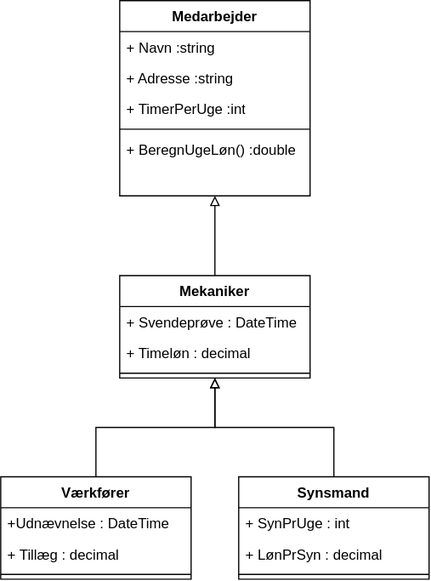
Earlier version of the draw.io export Øvelse1/Dokumentation/Øvelse1_KlasseDiagram.svg (stoffer123/AvProg2026). Source tidied: cells renumbered, new cells last; positions are measured from the earlier drawing's top-left corner, leaving out a move shared by most shapes. The source it was exported from:
```xml
<mxGraphModel>
  <root>
    <mxCell id="0" />
    <mxCell id="1" parent="0" />
    <mxCell id="2" value="Medarbejder" style="swimlane;fontStyle=1;align=center;verticalAlign=top;horizontal=1;startSize=26;whiteSpace=wrap;html=1;" parent="1" vertex="1">
      <mxGeometry x="100" width="160" height="164" as="geometry" />
    </mxCell>
    <mxCell id="3" value="+ Navn :string" style="text;strokeColor=none;fillColor=none;align=left;verticalAlign=top;spacingLeft=4;spacingRight=4;overflow=hidden;whiteSpace=wrap;html=1;" parent="2" vertex="1">
      <mxGeometry y="26" width="160" height="26" as="geometry" />
    </mxCell>
    <mxCell id="4" value="+ Adresse :string" style="text;strokeColor=none;fillColor=none;align=left;verticalAlign=top;spacingLeft=4;spacingRight=4;overflow=hidden;whiteSpace=wrap;html=1;" parent="2" vertex="1">
      <mxGeometry y="52" width="160" height="26" as="geometry" />
    </mxCell>
    <mxCell id="5" value="+ TimerPerUge :int" style="text;strokeColor=none;fillColor=none;align=left;verticalAlign=top;spacingLeft=4;spacingRight=4;overflow=hidden;whiteSpace=wrap;html=1;" parent="2" vertex="1">
      <mxGeometry y="78" width="160" height="26" as="geometry" />
    </mxCell>
    <mxCell id="6" style="line;strokeWidth=1;fillColor=none;align=left;verticalAlign=middle;spacingTop=-1;spacingLeft=3;spacingRight=3;labelPosition=right;strokeColor=inherit;" parent="2" vertex="1">
      <mxGeometry y="104" width="160" height="8" as="geometry" />
    </mxCell>
    <mxCell id="7" value="+ BeregnUgeLøn() :double" style="text;strokeColor=none;fillColor=none;align=left;verticalAlign=top;spacingLeft=4;spacingRight=4;overflow=hidden;whiteSpace=wrap;html=1;" parent="2" vertex="1">
      <mxGeometry y="112" width="160" height="26" as="geometry" />
    </mxCell>
    <mxCell id="8" style="text;strokeColor=none;fillColor=none;align=left;verticalAlign=top;spacingLeft=4;spacingRight=4;overflow=hidden;whiteSpace=wrap;html=1;" parent="2" vertex="1">
      <mxGeometry y="138" width="160" height="26" as="geometry" />
    </mxCell>
    <mxCell id="9" style="edgeStyle=orthogonalEdgeStyle;rounded=0;jettySize=auto;html=1;endArrow=block;endFill=0;" parent="1" edge="1" source="10" target="2">
      <mxGeometry relative="1" as="geometry" />
    </mxCell>
    <mxCell id="10" value="Mekaniker" style="swimlane;fontStyle=1;align=center;verticalAlign=top;horizontal=1;startSize=26;whiteSpace=wrap;html=1;" parent="1" vertex="1">
      <mxGeometry x="100" y="231" width="160" height="86" as="geometry" />
    </mxCell>
    <mxCell id="11" value="+ Svendeprøve : DateTime" style="text;strokeColor=none;fillColor=none;align=left;verticalAlign=top;spacingLeft=4;spacingRight=4;overflow=hidden;whiteSpace=wrap;html=1;" parent="10" vertex="1">
      <mxGeometry y="26" width="160" height="26" as="geometry" />
    </mxCell>
    <mxCell id="12" value="+ Timeløn : decimal" style="text;strokeColor=none;fillColor=none;align=left;verticalAlign=top;spacingLeft=4;spacingRight=4;overflow=hidden;whiteSpace=wrap;html=1;" parent="10" vertex="1">
      <mxGeometry y="52" width="160" height="26" as="geometry" />
    </mxCell>
    <mxCell id="13" style="line;strokeWidth=1;fillColor=none;align=left;verticalAlign=middle;spacingTop=-1;spacingLeft=3;spacingRight=3;labelPosition=right;strokeColor=inherit;" parent="10" vertex="1">
      <mxGeometry y="78" width="160" height="8" as="geometry" />
    </mxCell>
    <mxCell id="14" style="edgeStyle=orthogonalEdgeStyle;rounded=0;jettySize=auto;html=1;endArrow=block;endFill=0;" parent="1" edge="1" source="15" target="10">
      <mxGeometry relative="1" as="geometry" />
    </mxCell>
    <mxCell id="15" value="Værkfører" style="swimlane;fontStyle=1;align=center;verticalAlign=top;horizontal=1;startSize=26;whiteSpace=wrap;html=1;" parent="1" vertex="1">
      <mxGeometry y="400" width="160" height="86" as="geometry" />
    </mxCell>
    <mxCell id="16" value="+Udnævnelse : DateTime" style="text;strokeColor=none;fillColor=none;align=left;verticalAlign=top;spacingLeft=4;spacingRight=4;overflow=hidden;whiteSpace=wrap;html=1;" parent="15" vertex="1">
      <mxGeometry y="26" width="160" height="26" as="geometry" />
    </mxCell>
    <mxCell id="17" value="+ Tillæg : decimal" style="text;strokeColor=none;fillColor=none;align=left;verticalAlign=top;spacingLeft=4;spacingRight=4;overflow=hidden;whiteSpace=wrap;html=1;" parent="15" vertex="1">
      <mxGeometry y="52" width="160" height="26" as="geometry" />
    </mxCell>
    <mxCell id="18" style="line;strokeWidth=1;fillColor=none;align=left;verticalAlign=middle;spacingTop=-1;spacingLeft=3;spacingRight=3;labelPosition=right;strokeColor=inherit;" parent="15" vertex="1">
      <mxGeometry y="78" width="160" height="8" as="geometry" />
    </mxCell>
    <mxCell id="19" style="edgeStyle=orthogonalEdgeStyle;rounded=0;jettySize=auto;html=1;endArrow=block;endFill=0;" parent="1" edge="1" source="20" target="10">
      <mxGeometry relative="1" as="geometry" />
    </mxCell>
    <mxCell id="20" value="Synsmand" style="swimlane;fontStyle=1;align=center;verticalAlign=top;horizontal=1;startSize=26;whiteSpace=wrap;html=1;" parent="1" vertex="1">
      <mxGeometry x="200" y="400" width="160" height="86" as="geometry" />
    </mxCell>
    <mxCell id="21" value="+ SynPrUge : int" style="text;strokeColor=none;fillColor=none;align=left;verticalAlign=top;spacingLeft=4;spacingRight=4;overflow=hidden;whiteSpace=wrap;html=1;" parent="20" vertex="1">
      <mxGeometry y="26" width="160" height="26" as="geometry" />
    </mxCell>
    <mxCell id="22" value="+ LønPrSyn : decimal" style="text;strokeColor=none;fillColor=none;align=left;verticalAlign=top;spacingLeft=4;spacingRight=4;overflow=hidden;whiteSpace=wrap;html=1;" parent="20" vertex="1">
      <mxGeometry y="52" width="160" height="26" as="geometry" />
    </mxCell>
    <mxCell id="23" style="line;strokeWidth=1;fillColor=none;align=left;verticalAlign=middle;spacingTop=-1;spacingLeft=3;spacingRight=3;labelPosition=right;strokeColor=inherit;" parent="20" vertex="1">
      <mxGeometry y="78" width="160" height="8" as="geometry" />
    </mxCell>
  </root>
</mxGraphModel>
```
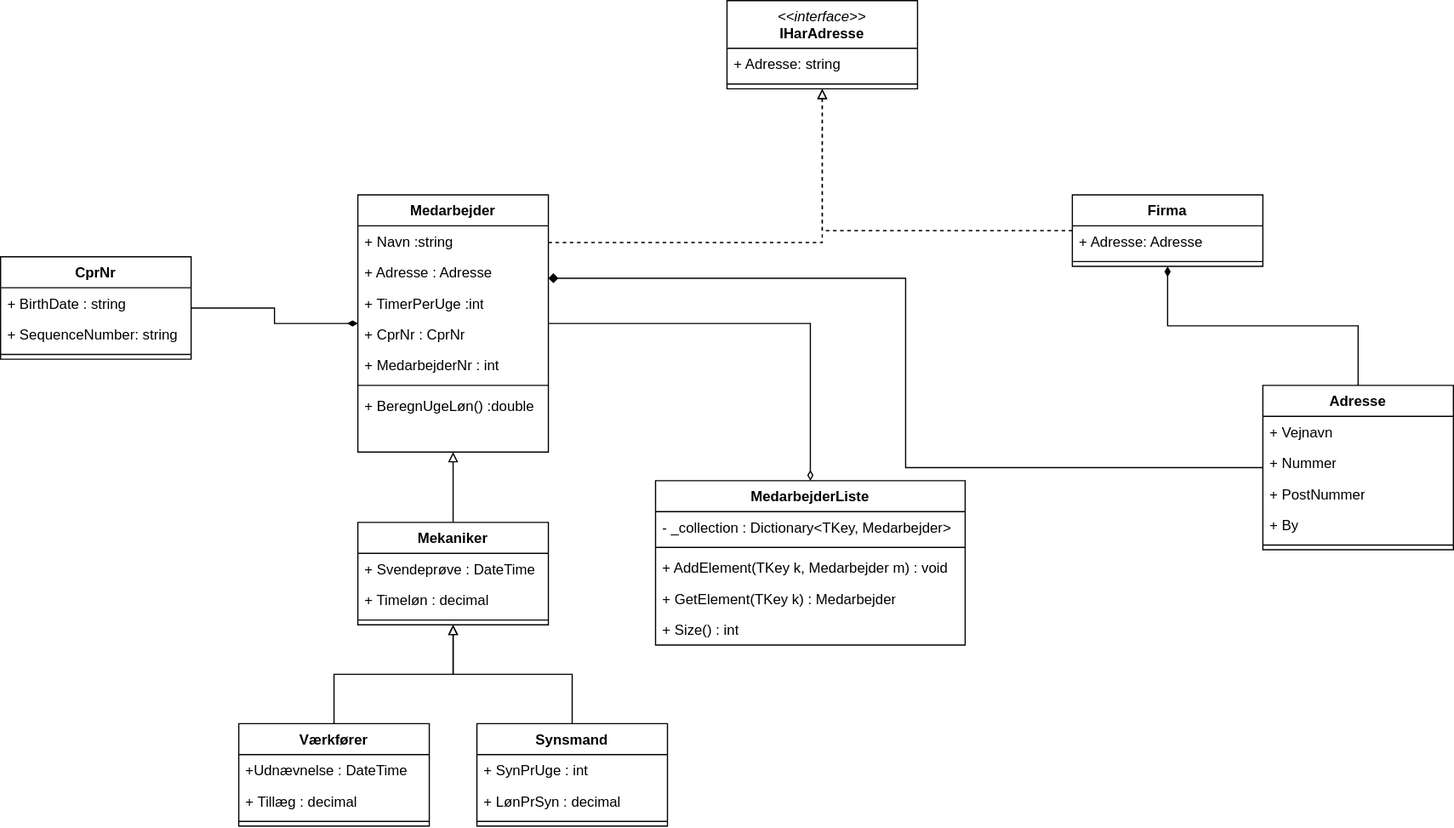
After the change.

Commit message:
Medarbejder opgaver

Diff of the diagram source:
```diff
@@ -2,26 +2,42 @@
   <root>
     <mxCell id="0" />
     <mxCell id="1" parent="0" />
+    <mxCell id="24" style="edgeStyle=orthogonalEdgeStyle;rounded=0;jettySize=auto;html=1;endArrow=diamondThin;endFill=1;" parent="1" edge="1" source="28" target="2">
+      <mxGeometry relative="1" as="geometry" />
+    </mxCell>
+    <mxCell id="25" style="edgeStyle=orthogonalEdgeStyle;rounded=0;jettySize=auto;html=1;dashed=1;endArrow=block;endFill=0;" parent="1" edge="1" source="2" target="43">
+      <mxGeometry relative="1" as="geometry">
+        <Array as="points">
+          <mxPoint x="490" y="-4" />
+        </Array>
+      </mxGeometry>
+    </mxCell>
     <mxCell id="2" value="Medarbejder" style="swimlane;fontStyle=1;align=center;verticalAlign=top;horizontal=1;startSize=26;whiteSpace=wrap;html=1;" parent="1" vertex="1">
-      <mxGeometry x="100" width="160" height="164" as="geometry" />
+      <mxGeometry x="100" y="-44" width="160" height="216" as="geometry" />
     </mxCell>
     <mxCell id="3" value="+ Navn :string" style="text;strokeColor=none;fillColor=none;align=left;verticalAlign=top;spacingLeft=4;spacingRight=4;overflow=hidden;whiteSpace=wrap;html=1;" parent="2" vertex="1">
       <mxGeometry y="26" width="160" height="26" as="geometry" />
     </mxCell>
-    <mxCell id="4" value="+ Adresse :string" style="text;strokeColor=none;fillColor=none;align=left;verticalAlign=top;spacingLeft=4;spacingRight=4;overflow=hidden;whiteSpace=wrap;html=1;" parent="2" vertex="1">
+    <mxCell id="4" value="+ Adresse : Adresse" style="text;strokeColor=none;fillColor=none;align=left;verticalAlign=top;spacingLeft=4;spacingRight=4;overflow=hidden;whiteSpace=wrap;html=1;" parent="2" vertex="1">
       <mxGeometry y="52" width="160" height="26" as="geometry" />
     </mxCell>
     <mxCell id="5" value="+ TimerPerUge :int" style="text;strokeColor=none;fillColor=none;align=left;verticalAlign=top;spacingLeft=4;spacingRight=4;overflow=hidden;whiteSpace=wrap;html=1;" parent="2" vertex="1">
       <mxGeometry y="78" width="160" height="26" as="geometry" />
     </mxCell>
+    <mxCell id="26" value="+ CprNr : CprNr" style="text;strokeColor=none;fillColor=none;align=left;verticalAlign=top;spacingLeft=4;spacingRight=4;overflow=hidden;whiteSpace=wrap;html=1;" parent="2" vertex="1">
+      <mxGeometry y="104" width="160" height="26" as="geometry" />
+    </mxCell>
+    <mxCell id="27" value="+ MedarbejderNr : int" style="text;strokeColor=none;fillColor=none;align=left;verticalAlign=top;spacingLeft=4;spacingRight=4;overflow=hidden;whiteSpace=wrap;html=1;" parent="2" vertex="1">
+      <mxGeometry y="130" width="160" height="26" as="geometry" />
+    </mxCell>
     <mxCell id="6" style="line;strokeWidth=1;fillColor=none;align=left;verticalAlign=middle;spacingTop=-1;spacingLeft=3;spacingRight=3;labelPosition=right;strokeColor=inherit;" parent="2" vertex="1">
-      <mxGeometry y="104" width="160" height="8" as="geometry" />
+      <mxGeometry y="156" width="160" height="8" as="geometry" />
     </mxCell>
     <mxCell id="7" value="+ BeregnUgeLøn() :double" style="text;strokeColor=none;fillColor=none;align=left;verticalAlign=top;spacingLeft=4;spacingRight=4;overflow=hidden;whiteSpace=wrap;html=1;" parent="2" vertex="1">
-      <mxGeometry y="112" width="160" height="26" as="geometry" />
+      <mxGeometry y="164" width="160" height="26" as="geometry" />
     </mxCell>
     <mxCell id="8" style="text;strokeColor=none;fillColor=none;align=left;verticalAlign=top;spacingLeft=4;spacingRight=4;overflow=hidden;whiteSpace=wrap;html=1;" parent="2" vertex="1">
-      <mxGeometry y="138" width="160" height="26" as="geometry" />
+      <mxGeometry y="190" width="160" height="26" as="geometry" />
     </mxCell>
     <mxCell id="9" style="edgeStyle=orthogonalEdgeStyle;rounded=0;jettySize=auto;html=1;endArrow=block;endFill=0;" parent="1" edge="1" source="10" target="2">
       <mxGeometry relative="1" as="geometry" />
@@ -68,5 +84,88 @@
     <mxCell id="23" style="line;strokeWidth=1;fillColor=none;align=left;verticalAlign=middle;spacingTop=-1;spacingLeft=3;spacingRight=3;labelPosition=right;strokeColor=inherit;" parent="20" vertex="1">
       <mxGeometry y="78" width="160" height="8" as="geometry" />
     </mxCell>
+    <mxCell id="28" value="CprNr" style="swimlane;fontStyle=1;align=center;verticalAlign=top;horizontal=1;startSize=26;whiteSpace=wrap;html=1;" parent="1" vertex="1">
+      <mxGeometry x="-200" y="8" width="160" height="86" as="geometry" />
+    </mxCell>
+    <mxCell id="29" value="+ BirthDate : string" style="text;strokeColor=none;fillColor=none;align=left;verticalAlign=top;spacingLeft=4;spacingRight=4;overflow=hidden;whiteSpace=wrap;html=1;" parent="28" vertex="1">
+      <mxGeometry y="26" width="160" height="26" as="geometry" />
+    </mxCell>
+    <mxCell id="30" value="+ SequenceNumber: string" style="text;strokeColor=none;fillColor=none;align=left;verticalAlign=top;spacingLeft=4;spacingRight=4;overflow=hidden;whiteSpace=wrap;html=1;" parent="28" vertex="1">
+      <mxGeometry y="52" width="160" height="26" as="geometry" />
+    </mxCell>
+    <mxCell id="31" style="line;strokeWidth=1;fillColor=none;align=left;verticalAlign=middle;spacingTop=-1;spacingLeft=3;spacingRight=3;labelPosition=right;strokeColor=inherit;" parent="28" vertex="1">
+      <mxGeometry y="78" width="160" height="8" as="geometry" />
+    </mxCell>
+    <mxCell id="32" value="MedarbejderListe" style="swimlane;fontStyle=1;align=center;verticalAlign=top;horizontal=1;startSize=26;whiteSpace=wrap;html=1;" parent="1" vertex="1">
+      <mxGeometry x="350" y="196" width="260" height="138" as="geometry" />
+    </mxCell>
+    <mxCell id="33" value="- _collection : Dictionary&amp;lt;TKey, Medarbejder&amp;gt;" style="text;strokeColor=none;fillColor=none;align=left;verticalAlign=top;spacingLeft=4;spacingRight=4;overflow=hidden;whiteSpace=wrap;html=1;" parent="32" vertex="1">
+      <mxGeometry y="26" width="260" height="26" as="geometry" />
+    </mxCell>
+    <mxCell id="34" style="line;strokeWidth=1;fillColor=none;align=left;verticalAlign=middle;spacingTop=-1;spacingLeft=3;spacingRight=3;labelPosition=right;strokeColor=inherit;" parent="32" vertex="1">
+      <mxGeometry y="52" width="260" height="8" as="geometry" />
+    </mxCell>
+    <mxCell id="35" value="+ AddElement(TKey k, Medarbejder m) : void" style="text;strokeColor=none;fillColor=none;align=left;verticalAlign=top;spacingLeft=4;spacingRight=4;overflow=hidden;whiteSpace=wrap;html=1;" parent="32" vertex="1">
+      <mxGeometry y="60" width="260" height="26" as="geometry" />
+    </mxCell>
+    <mxCell id="36" value="+ GetElement(TKey k) : Medarbejder" style="text;strokeColor=none;fillColor=none;align=left;verticalAlign=top;spacingLeft=4;spacingRight=4;overflow=hidden;whiteSpace=wrap;html=1;" parent="32" vertex="1">
+      <mxGeometry y="86" width="260" height="26" as="geometry" />
+    </mxCell>
+    <mxCell id="37" value="+ Size() : int" style="text;strokeColor=none;fillColor=none;align=left;verticalAlign=top;spacingLeft=4;spacingRight=4;overflow=hidden;whiteSpace=wrap;html=1;" parent="32" vertex="1">
+      <mxGeometry y="112" width="260" height="26" as="geometry" />
+    </mxCell>
+    <mxCell id="38" style="edgeStyle=orthogonalEdgeStyle;rounded=0;jettySize=auto;html=1;endArrow=diamondThin;endFill=0;" parent="1" edge="1" source="2" target="32">
+      <mxGeometry relative="1" as="geometry" />
+    </mxCell>
+    <mxCell id="39" style="edgeStyle=orthogonalEdgeStyle;rounded=0;jettySize=auto;html=1;endArrow=block;endFill=0;dashed=1;" parent="1" edge="1" source="40" target="43">
+      <mxGeometry relative="1" as="geometry" />
+    </mxCell>
+    <mxCell id="40" value="Firma" style="swimlane;fontStyle=1;align=center;verticalAlign=top;horizontal=1;startSize=26;whiteSpace=wrap;html=1;" parent="1" vertex="1">
+      <mxGeometry x="700" y="-44" width="160" height="60" as="geometry" />
+    </mxCell>
+    <mxCell id="41" value="+ Adresse: Adresse" style="text;strokeColor=none;fillColor=none;align=left;verticalAlign=top;spacingLeft=4;spacingRight=4;overflow=hidden;whiteSpace=wrap;html=1;" parent="40" vertex="1">
+      <mxGeometry y="26" width="160" height="26" as="geometry" />
+    </mxCell>
+    <mxCell id="42" style="line;strokeWidth=1;fillColor=none;align=left;verticalAlign=middle;spacingTop=-1;spacingLeft=3;spacingRight=3;labelPosition=right;strokeColor=inherit;" parent="40" vertex="1">
+      <mxGeometry y="52" width="160" height="8" as="geometry" />
+    </mxCell>
+    <mxCell id="43" value="&lt;div&gt;&lt;span style=&quot;font-weight: normal;&quot;&gt;&lt;i&gt;&amp;lt;&amp;lt;interface&amp;gt;&amp;gt;&lt;/i&gt;&lt;/span&gt;&lt;/div&gt;IHarAdresse" style="swimlane;fontStyle=1;align=center;verticalAlign=top;horizontal=1;startSize=40;whiteSpace=wrap;html=1;" parent="1" vertex="1">
+      <mxGeometry x="410" y="-207" width="160" height="74" as="geometry" />
+    </mxCell>
+    <mxCell id="44" value="+ Adresse: string" style="text;strokeColor=none;fillColor=none;align=left;verticalAlign=top;spacingLeft=4;spacingRight=4;overflow=hidden;whiteSpace=wrap;html=1;" parent="43" vertex="1">
+      <mxGeometry y="40" width="160" height="26" as="geometry" />
+    </mxCell>
+    <mxCell id="45" style="line;strokeWidth=1;fillColor=none;align=left;verticalAlign=middle;spacingTop=-1;spacingLeft=3;spacingRight=3;labelPosition=right;strokeColor=inherit;" parent="43" vertex="1">
+      <mxGeometry y="66" width="160" height="8" as="geometry" />
+    </mxCell>
+    <mxCell id="46" style="edgeStyle=orthogonalEdgeStyle;rounded=0;jettySize=auto;html=1;endArrow=diamond;endFill=1;" parent="1" edge="1" source="48" target="2">
+      <mxGeometry relative="1" as="geometry">
+        <Array as="points">
+          <mxPoint x="560" y="185" />
+          <mxPoint x="560" y="26" />
+        </Array>
+      </mxGeometry>
+    </mxCell>
+    <mxCell id="47" style="edgeStyle=orthogonalEdgeStyle;rounded=0;jettySize=auto;html=1;endArrow=diamondThin;endFill=1;" parent="1" edge="1" source="48" target="40">
+      <mxGeometry relative="1" as="geometry" />
+    </mxCell>
+    <mxCell id="48" value="Adresse" style="swimlane;fontStyle=1;align=center;verticalAlign=top;horizontal=1;startSize=26;whiteSpace=wrap;html=1;" parent="1" vertex="1">
+      <mxGeometry x="860" y="116" width="160" height="138" as="geometry" />
+    </mxCell>
+    <mxCell id="49" value="+ Vejnavn" style="text;strokeColor=none;fillColor=none;align=left;verticalAlign=top;spacingLeft=4;spacingRight=4;overflow=hidden;whiteSpace=wrap;html=1;" parent="48" vertex="1">
+      <mxGeometry y="26" width="160" height="26" as="geometry" />
+    </mxCell>
+    <mxCell id="50" value="+ Nummer" style="text;strokeColor=none;fillColor=none;align=left;verticalAlign=top;spacingLeft=4;spacingRight=4;overflow=hidden;whiteSpace=wrap;html=1;" parent="48" vertex="1">
+      <mxGeometry y="52" width="160" height="26" as="geometry" />
+    </mxCell>
+    <mxCell id="51" value="+ PostNummer" style="text;strokeColor=none;fillColor=none;align=left;verticalAlign=top;spacingLeft=4;spacingRight=4;overflow=hidden;whiteSpace=wrap;html=1;" parent="48" vertex="1">
+      <mxGeometry y="78" width="160" height="26" as="geometry" />
+    </mxCell>
+    <mxCell id="52" value="+ By" style="text;strokeColor=none;fillColor=none;align=left;verticalAlign=top;spacingLeft=4;spacingRight=4;overflow=hidden;whiteSpace=wrap;html=1;" parent="48" vertex="1">
+      <mxGeometry y="104" width="160" height="26" as="geometry" />
+    </mxCell>
+    <mxCell id="53" style="line;strokeWidth=1;fillColor=none;align=left;verticalAlign=middle;spacingTop=-1;spacingLeft=3;spacingRight=3;labelPosition=right;strokeColor=inherit;" parent="48" vertex="1">
+      <mxGeometry y="130" width="160" height="8" as="geometry" />
+    </mxCell>
   </root>
 </mxGraphModel>
```
